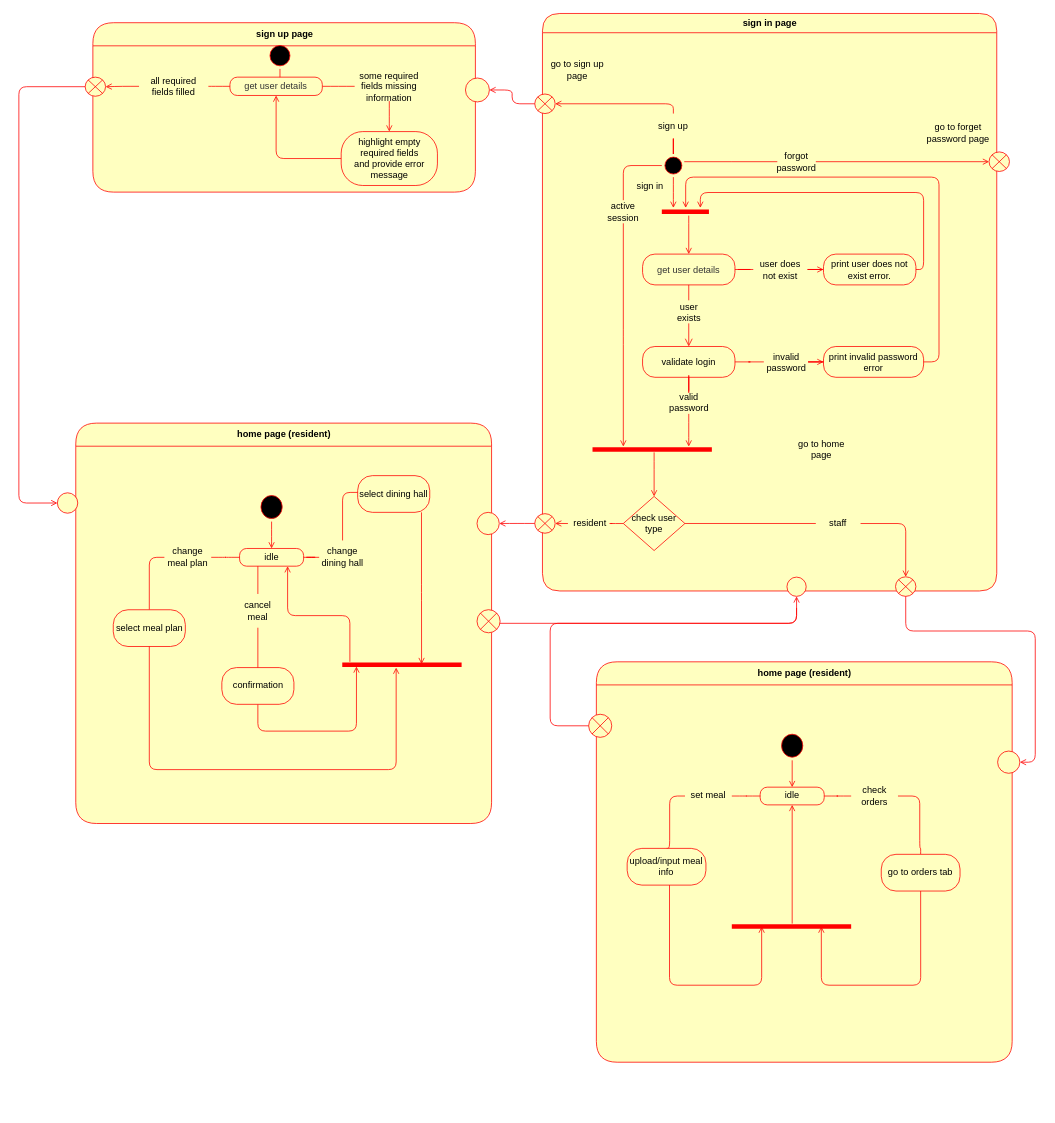
Above: diagrams/logical_view_statechart.drawio in JulianVJacobs/SDP (draw.io), before the change. Source tidied: cells renumbered, new cells numbered last; positions are measured from the earlier drawing's top-left corner, leaving out a move shared by most shapes. Both pictures are drawn from the tidied source at 77%, with x=0, y=0 at pixel (18, 13).
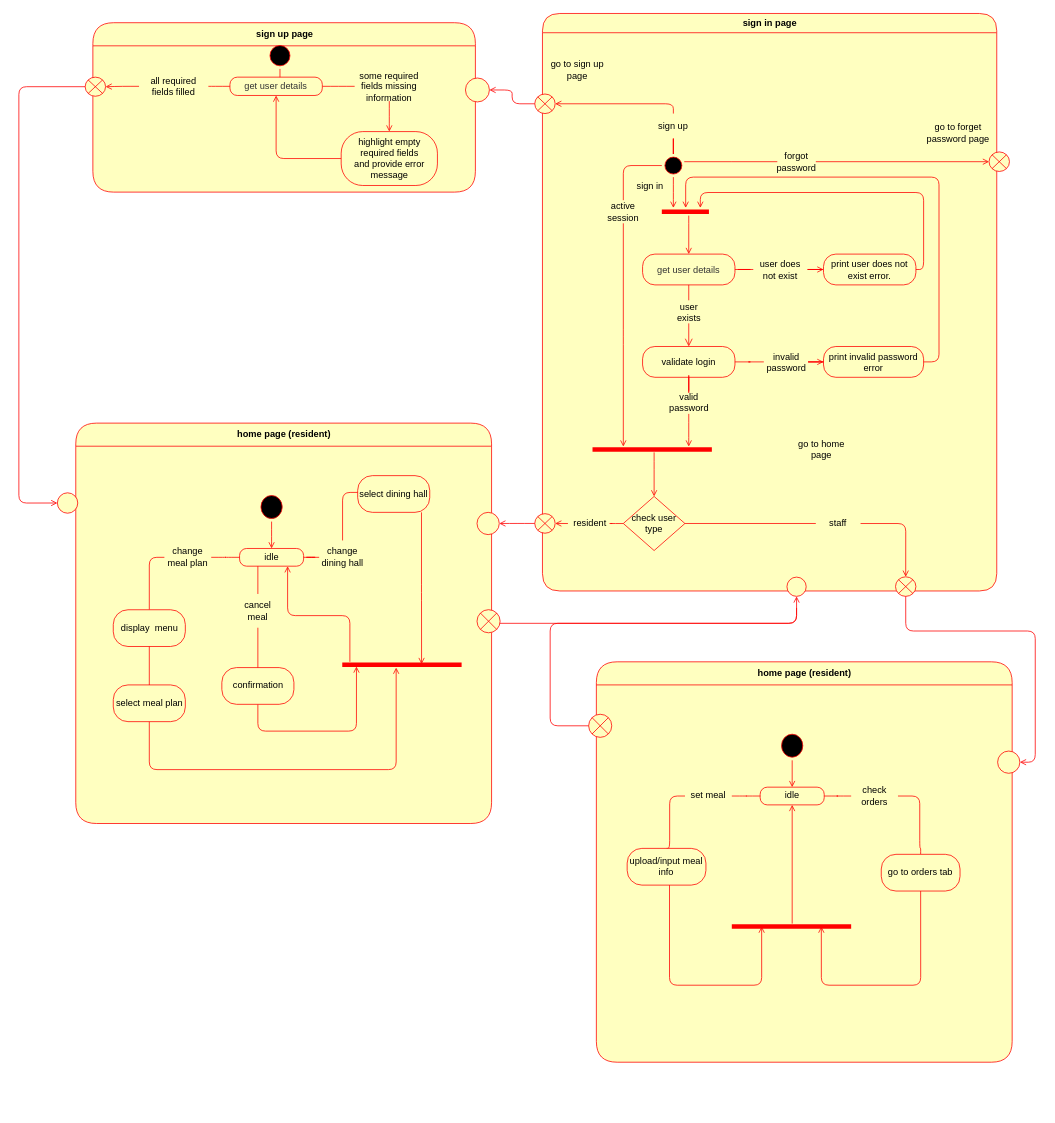
After the change.

Unchanged cells that the change refers to:
```xml
<mxCell id="2" style="group;" parent="1" vertex="1">
  <mxGeometry x="73.9" y="532" width="540" height="581" as="geometry" />
</mxCell>
```

Change to the diagram source:
```diff
@@
-    <mxCell id="10" value="select meal plan" style="rounded=1;whiteSpace=wrap;html=1;arcSize=40;fontColor=#000000;fillColor=#ffffc0;strokeColor=#ff0000;" parent="2" vertex="1">
+    <mxCell id="10" value="display&amp;nbsp; menu" style="rounded=1;whiteSpace=wrap;html=1;arcSize=40;fontColor=#000000;fillColor=#ffffc0;strokeColor=#ff0000;" parent="2" vertex="1">
       <mxGeometry x="48.7" y="242.4" width="93.6" height="47.7" as="geometry" />
     </mxCell>
@@
+    <mxCell id="119" value="select meal plan" style="rounded=1;whiteSpace=wrap;html=1;arcSize=40;fontColor=#000000;fillColor=#ffffc0;strokeColor=#ff0000;" parent="2" vertex="1">
+      <mxGeometry x="48.7" y="340" width="93.6" height="47.7" as="geometry" />
+    </mxCell>
```
